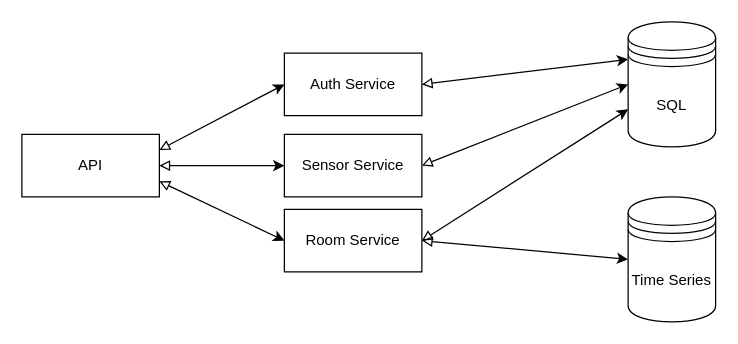
Earlier version of the draw.io diagram SystemArktitektur.drawio (albinens/IMSX16_Kandidatarbete). Source tidied: cells renumbered, new cells numbered last; positions are measured from the earlier drawing's top-left corner, leaving out a move shared by most shapes. Both pictures are drawn from the tidied source at 125%, with x=0, y=0 at pixel (21, 21).
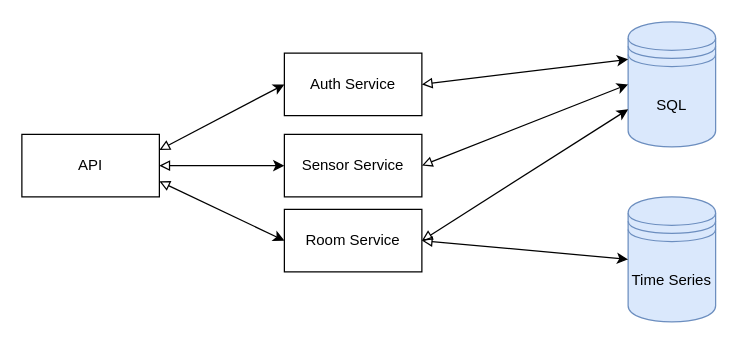
The same diagram, later.

Change to the diagram source:
```diff
@@
 <mxGraphModel>
   <root>
     <mxCell id="0" />
     <mxCell id="1" parent="0" />
-    <mxCell id="2" value="SQL" style="shape=datastore;whiteSpace=wrap;html=1;" parent="1" vertex="1">
+    <mxCell id="2" value="SQL" style="shape=datastore;whiteSpace=wrap;html=1;fillColor=#dae8fc;strokeColor=#6c8ebf;" parent="1" vertex="1">
       <mxGeometry x="485" width="70" height="100" as="geometry" />
     </mxCell>
     <mxCell id="3" value="Auth Service" style="html=1;whiteSpace=wrap;" parent="1" vertex="1">
       <mxGeometry x="210" y="25" width="110" height="50" as="geometry" />
     </mxCell>
     <mxCell id="4" value="API" style="html=1;whiteSpace=wrap;" parent="1" vertex="1">
       <mxGeometry y="90" width="110" height="50" as="geometry" />
     </mxCell>
     <mxCell id="5" value="Room Service" style="html=1;whiteSpace=wrap;" parent="1" vertex="1">
       <mxGeometry x="210" y="150" width="110" height="50" as="geometry" />
     </mxCell>
     <mxCell id="6" value="Sensor Service" style="html=1;whiteSpace=wrap;" parent="1" vertex="1">
       <mxGeometry x="210" y="90" width="110" height="50" as="geometry" />
     </mxCell>
-    <mxCell id="7" value="Time Series" style="shape=datastore;whiteSpace=wrap;html=1;" parent="1" vertex="1">
+    <mxCell id="7" value="Time Series" style="shape=datastore;whiteSpace=wrap;html=1;fillColor=#dae8fc;strokeColor=#6c8ebf;" parent="1" vertex="1">
       <mxGeometry x="485" y="140" width="70" height="100" as="geometry" />
     </mxCell>
     <mxCell id="8" style="endArrow=classic;html=1;rounded=0;exitX=1;exitY=0.25;exitDx=0;exitDy=0;entryX=0;entryY=0.5;entryDx=0;entryDy=0;startArrow=block;startFill=0;" parent="1" edge="1" source="4" target="3">
       <mxGeometry relative="1" as="geometry" />
     </mxCell>
     <mxCell id="9" style="endArrow=classic;html=1;rounded=0;exitX=1;exitY=0.5;exitDx=0;exitDy=0;entryX=0;entryY=0.5;entryDx=0;entryDy=0;startArrow=block;startFill=0;" parent="1" edge="1" source="4" target="6">
       <mxGeometry relative="1" as="geometry" />
     </mxCell>
     <mxCell id="10" style="endArrow=classic;html=1;rounded=0;exitX=1;exitY=0.75;exitDx=0;exitDy=0;entryX=0;entryY=0.5;entryDx=0;entryDy=0;startArrow=block;startFill=0;" parent="1" edge="1" source="4" target="5">
       <mxGeometry relative="1" as="geometry" />
     </mxCell>
     <mxCell id="11" style="endArrow=classic;html=1;rounded=0;exitX=1;exitY=0.5;exitDx=0;exitDy=0;entryX=0;entryY=0.3;entryDx=0;entryDy=0;startArrow=block;startFill=0;" parent="1" edge="1" source="3" target="2">
       <mxGeometry relative="1" as="geometry" />
     </mxCell>
     <mxCell id="12" style="endArrow=classic;html=1;rounded=0;exitX=1;exitY=0.5;exitDx=0;exitDy=0;entryX=0;entryY=0.5;entryDx=0;entryDy=0;startArrow=block;startFill=0;" parent="1" edge="1" source="6" target="2">
       <mxGeometry relative="1" as="geometry" />
     </mxCell>
     <mxCell id="13" style="endArrow=classic;html=1;rounded=0;entryX=0;entryY=0.5;entryDx=0;entryDy=0;exitX=1;exitY=0.5;exitDx=0;exitDy=0;startArrow=block;startFill=0;" parent="1" edge="1" source="5" target="7">
       <mxGeometry relative="1" as="geometry" />
     </mxCell>
     <mxCell id="14" style="endArrow=classic;html=1;rounded=0;exitX=1;exitY=0.5;exitDx=0;exitDy=0;entryX=0;entryY=0.7;entryDx=0;entryDy=0;startArrow=block;startFill=0;" parent="1" edge="1" source="5" target="2">
       <mxGeometry relative="1" as="geometry" />
     </mxCell>
   </root>
 </mxGraphModel>
```
